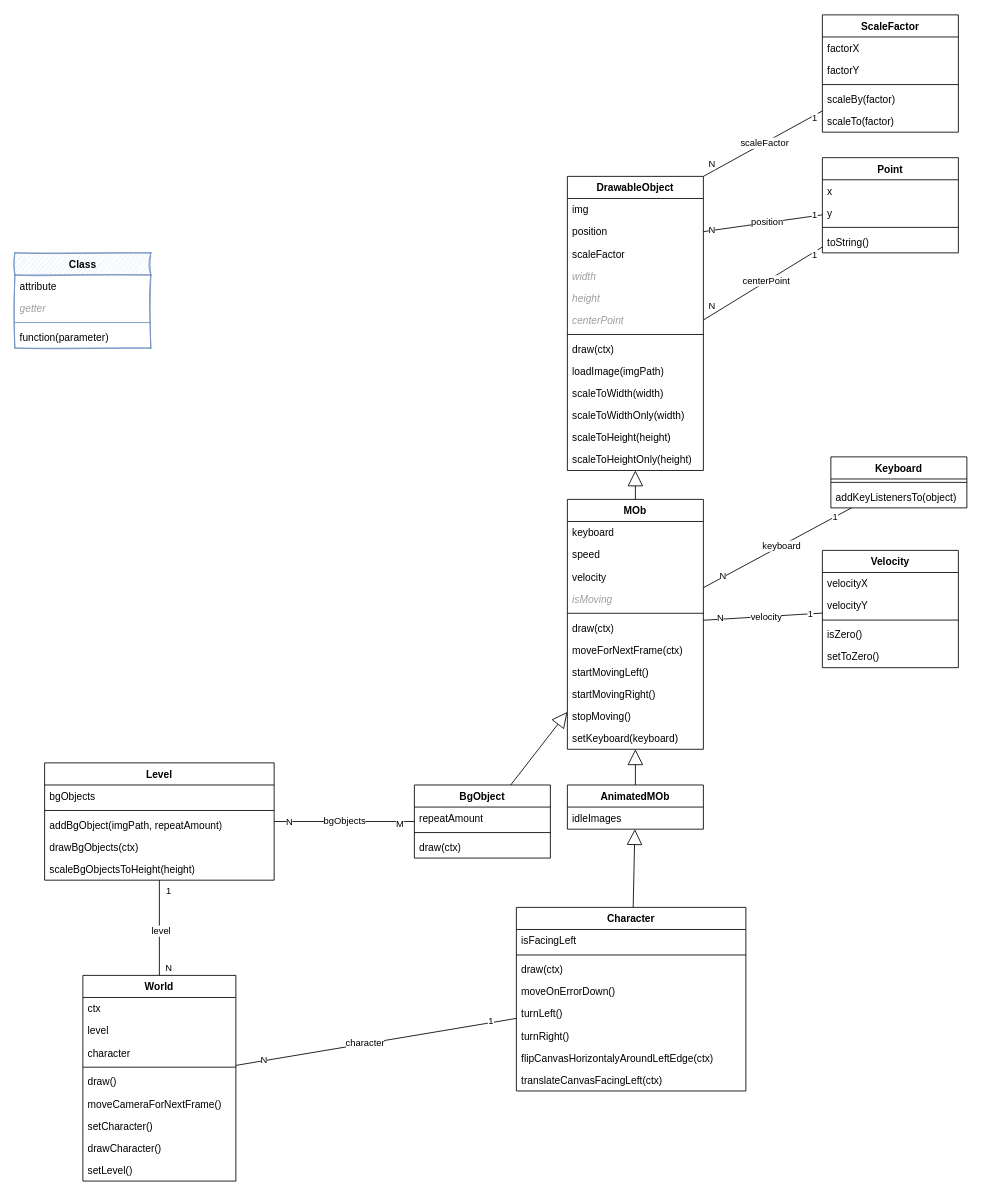
This is uml/Sharky-ClassDiagram.drawio from ReinhardWansch/Sharky-DeveloperAkademie, a draw.io file, before an edit. Source tidied: cells renumbered, new cells numbered last; positions are measured from the earlier drawing's top-left corner, leaving out a move shared by most shapes. Both pictures are drawn from the tidied source at 85%, with x=0, y=0 at pixel (14, 14).
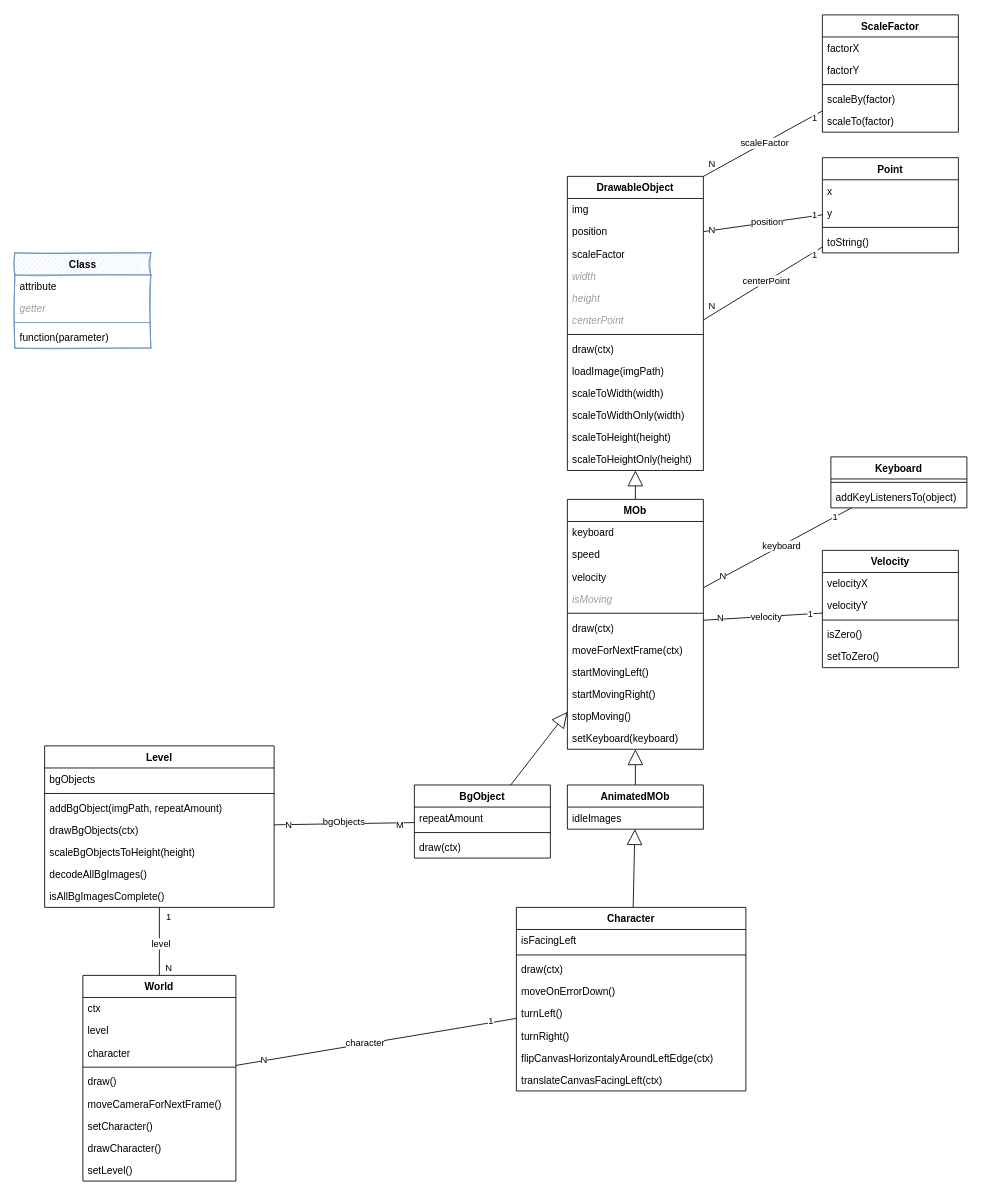
The same page after the edit.

Unchanged cells that the change refers to:
```xml
<mxCell id="112" style="rounded=0;jettySize=auto;html=1;endArrow=none;startFill=0;" parent="1" edge="1" source="50" target="36">
  <mxGeometry relative="1" as="geometry" />
</mxCell>
```

What changed in the source:
```diff
@@
     <mxCell id="50" value="Level" style="swimlane;fontStyle=1;align=center;verticalAlign=top;horizontal=1;startSize=26;whiteSpace=wrap;html=1;" parent="1" vertex="1">
-      <mxGeometry x="35" y="880" width="270" height="138" as="geometry" />
+      <mxGeometry x="35" y="860" width="270" height="190" as="geometry" />
     </mxCell>
@@
+    <mxCell id="120" value="decodeAllBgImages()" style="text;strokeColor=none;fillColor=none;align=left;verticalAlign=top;spacingLeft=4;spacingRight=4;overflow=hidden;whiteSpace=wrap;html=1;" parent="50" vertex="1">
+      <mxGeometry y="138" width="270" height="26" as="geometry" />
+    </mxCell>
+    <mxCell id="121" value="isAllBgImagesComplete()" style="text;strokeColor=none;fillColor=none;align=left;verticalAlign=top;spacingLeft=4;spacingRight=4;overflow=hidden;whiteSpace=wrap;html=1;" parent="50" vertex="1">
+      <mxGeometry y="164" width="270" height="26" as="geometry" />
+    </mxCell>
@@
     <mxCell id="114" value="N" style="edgeLabel;html=1;align=center;verticalAlign=middle;" parent="112" vertex="1">
       <mxGeometry x="-0.57" relative="1" as="geometry">
-        <mxPoint x="10" y="78" as="offset" />
+        <mxPoint x="10" y="53" as="offset" />
       </mxGeometry>
     </mxCell>
     <mxCell id="115" value="1" style="edgeLabel;html=1;align=center;verticalAlign=middle;" parent="112" vertex="1">
       <mxGeometry x="0.75" y="1" relative="1" as="geometry">
-        <mxPoint x="9" y="-86" as="offset" />
+        <mxPoint x="9" y="-60" as="offset" />
       </mxGeometry>
     </mxCell>
```
